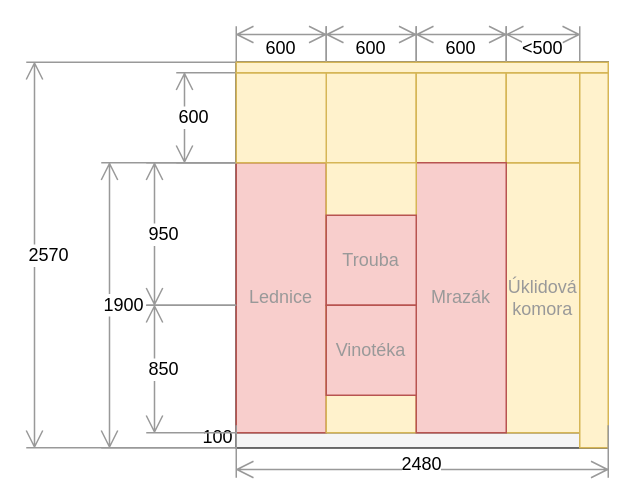
surquest/flat-renovation keeps this draw.io diagram as docs/src/static/drawings/kitchen.wall-appliances.drawio. Above is the earlier version. Source tidied: cells renumbered, new cells numbered last; positions are measured from the earlier drawing's top-left corner, leaving out a move shared by most shapes. Both pictures are drawn from the tidied source at 150%, with x=0, y=0 at pixel (26, 26).
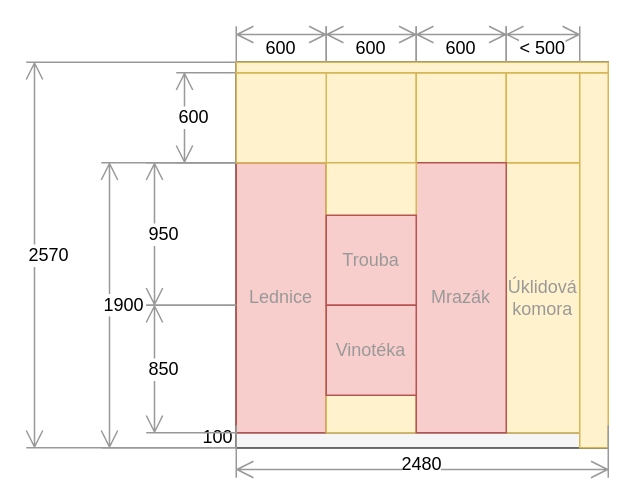
The same page after the edit.

The edit, as a diff of the source:
```diff
@@
-    <mxCell id="19" value="&amp;lt;500" style="shape=dimension;direction=west;whiteSpace=wrap;html=1;align=center;verticalAlign=middle;labelBackgroundColor=#ffffff;strokeColor=#999999;" parent="1" vertex="1">
+    <mxCell id="19" value="&amp;lt; 500" style="shape=dimension;direction=west;whiteSpace=wrap;html=1;align=center;verticalAlign=middle;labelBackgroundColor=#ffffff;strokeColor=#999999;" parent="1" vertex="1">
       <mxGeometry x="320" width="49" height="30" as="geometry" />
     </mxCell>
```
